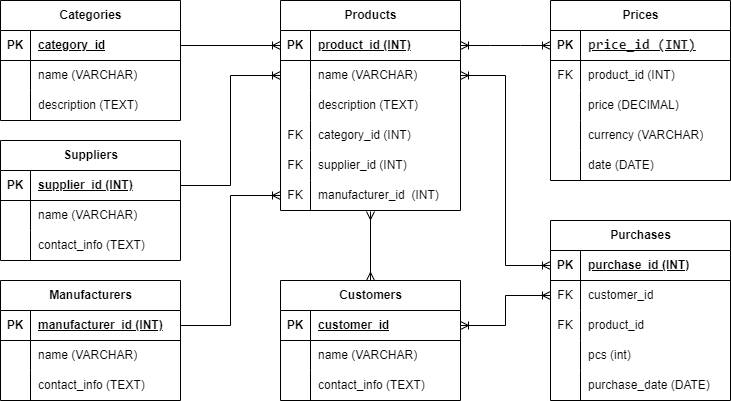
dvlonkin/database_otus keeps this draw.io diagram as Структура БД.png. Above is the earlier version. Source tidied: cells renumbered, new cells last; positions are measured from the earlier drawing's top-left corner, leaving out a move shared by most shapes.
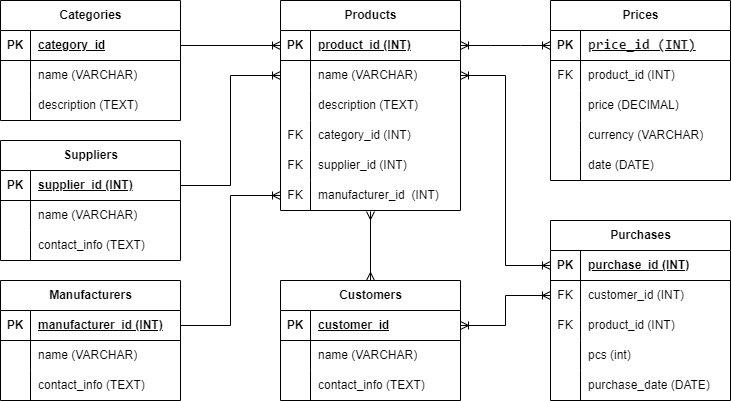
The same file after the commit.

What changed in the source:
```diff
@@ -254,7 +254,7 @@
     <mxCell id="85" value="FK" style="shape=partialRectangle;fillColor=none;top=0;left=0;bottom=0;right=0;overflow=hidden;whiteSpace=wrap;html=1;" parent="84" vertex="1">
       <mxGeometry width="30" height="30" as="geometry" />
     </mxCell>
-    <mxCell id="86" value="customer_id" style="shape=partialRectangle;fillColor=none;top=0;left=0;bottom=0;right=0;align=left;spacingLeft=6;overflow=hidden;whiteSpace=wrap;html=1;" parent="84" vertex="1">
+    <mxCell id="86" value="customer_id (INT)" style="shape=partialRectangle;fillColor=none;top=0;left=0;bottom=0;right=0;align=left;spacingLeft=6;overflow=hidden;whiteSpace=wrap;html=1;" parent="84" vertex="1">
       <mxGeometry x="30" width="150" height="30" as="geometry" />
     </mxCell>
     <mxCell id="87" style="shape=tableRow;horizontal=0;startSize=0;swimlaneHead=0;swimlaneBody=0;fillColor=none;top=0;left=0;right=0;bottom=0;" parent="80" vertex="1">
@@ -263,7 +263,7 @@
     <mxCell id="88" value="FK" style="shape=partialRectangle;fillColor=none;top=0;left=0;bottom=0;right=0;overflow=hidden;whiteSpace=wrap;html=1;" parent="87" vertex="1">
       <mxGeometry width="30" height="30" as="geometry" />
     </mxCell>
-    <mxCell id="89" value="product_id" style="shape=partialRectangle;fillColor=none;top=0;left=0;bottom=0;right=0;align=left;spacingLeft=6;overflow=hidden;whiteSpace=wrap;html=1;" parent="87" vertex="1">
+    <mxCell id="89" value="product_id (INT)" style="shape=partialRectangle;fillColor=none;top=0;left=0;bottom=0;right=0;align=left;spacingLeft=6;overflow=hidden;whiteSpace=wrap;html=1;" parent="87" vertex="1">
       <mxGeometry x="30" width="150" height="30" as="geometry" />
     </mxCell>
     <mxCell id="90" style="shape=tableRow;horizontal=0;startSize=0;swimlaneHead=0;swimlaneBody=0;fillColor=none;top=0;left=0;right=0;bottom=0;" parent="80" vertex="1">
```
